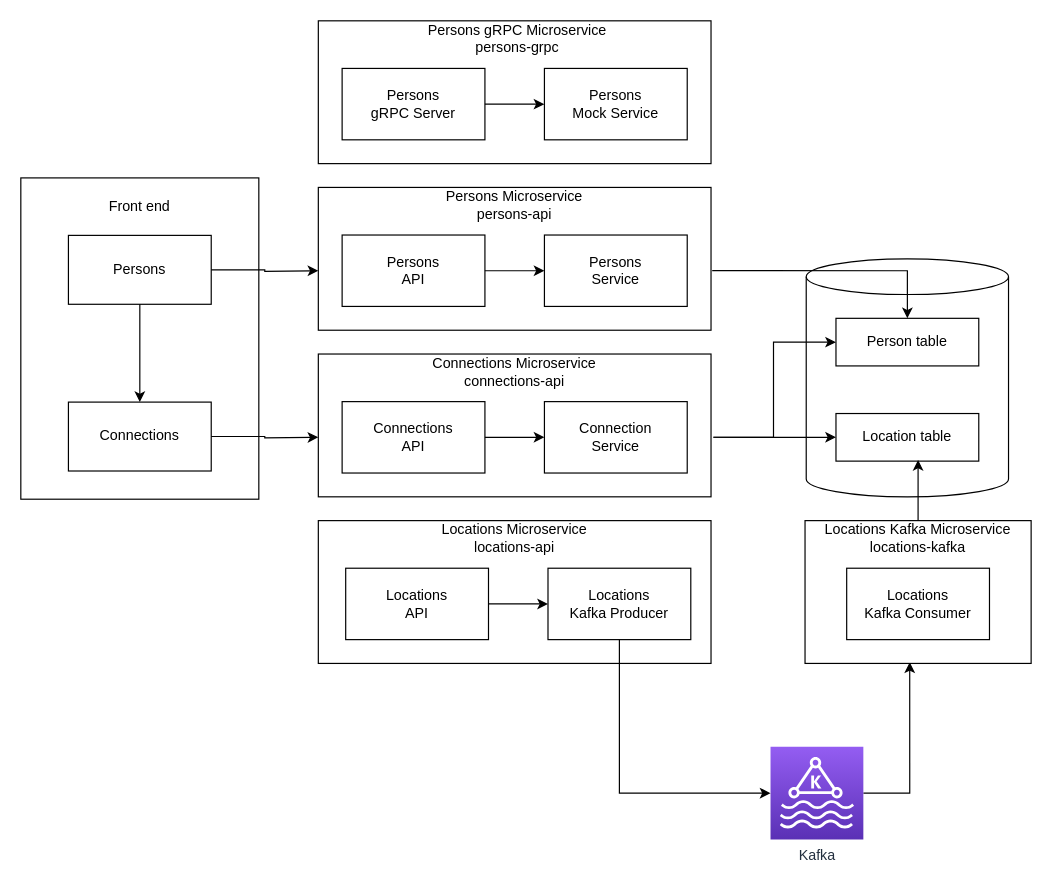
aldo-linux/udaconnect keeps this draw.io diagram as page "Refactored" (2 of 2) of docs/UdaConnect-Design.drawio. Above is the earlier version. Source tidied: cells renumbered, new cells numbered last; positions are measured from the earlier drawing's top-left corner, leaving out a move shared by most shapes. Both pictures are drawn from the tidied source at 119%, with x=0, y=0 at pixel (20, 20).
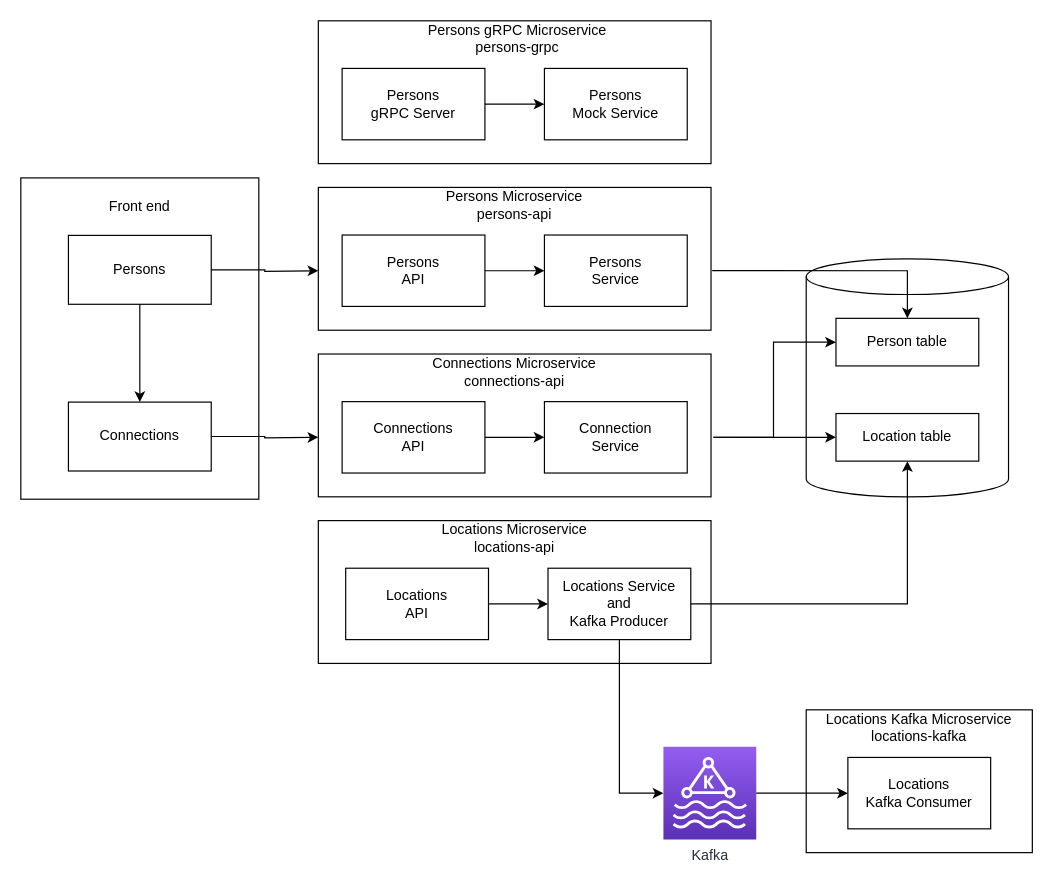
Above is the later version.

The change refers to these unchanged cells:
```xml
<mxCell id="4" value="Location table" style="rounded=0;whiteSpace=wrap;html=1;" parent="1" vertex="1">
  <mxGeometry x="685" y="330" width="120" height="40" as="geometry" />
</mxCell>
<mxCell id="22" style="group;" parent="1" vertex="1">
  <mxGeometry x="250" y="420" width="330" height="120" as="geometry" />
</mxCell>
<mxCell id="38" style="rounded=0;whiteSpace=wrap;html=1;" parent="37" vertex="1">
  <mxGeometry width="190" height="120" as="geometry" />
</mxCell>
<mxCell id="39" value="Locations Kafka Microservice&lt;br&gt;locations-kafka" style="text;html=1;strokeColor=none;fillColor=none;align=center;verticalAlign=middle;whiteSpace=wrap;rounded=0;" parent="37" vertex="1">
  <mxGeometry x="5" width="180" height="30" as="geometry" />
</mxCell>
<mxCell id="40" value="Locations&lt;br&gt;Kafka Consumer" style="rounded=0;whiteSpace=wrap;html=1;" parent="37" vertex="1">
  <mxGeometry x="35" y="40" width="120" height="60" as="geometry" />
</mxCell>
```

Diff of the diagram source:
```diff
@@
-    <mxCell id="26" value="Locations&lt;br&gt;Kafka Producer" style="rounded=0;whiteSpace=wrap;html=1;" parent="22" vertex="1">
+    <mxCell id="26" value="Locations Service and&lt;br&gt;Kafka Producer" style="rounded=0;whiteSpace=wrap;html=1;" parent="22" vertex="1">
       <mxGeometry x="193" y="40" width="120" height="60" as="geometry" />
     </mxCell>
@@
-    <mxCell id="34" style="edgeStyle=orthogonalEdgeStyle;rounded=0;jettySize=auto;html=1;entryX=0.463;entryY=0.992;entryDx=0;entryDy=0;exitX=1;exitY=0.5;exitDx=0;exitDy=0;exitPerimeter=0;entryPerimeter=0;" parent="1" edge="1" source="35" target="38">
-      <mxGeometry relative="1" as="geometry" />
-    </mxCell>
     <mxCell id="35" value="Kafka" style="sketch=0;points=[[0,0,0],[0.25,0,0],[0.5,0,0],[0.75,0,0],[1,0,0],[0,1,0],[0.25,1,0],[0.5,1,0],[0.75,1,0],[1,1,0],[0,0.25,0],[0,0.5,0],[0,0.75,0],[1,0.25,0],[1,0.5,0],[1,0.75,0]];outlineConnect=0;fontColor=#232F3E;gradientColor=#945DF2;gradientDirection=north;fillColor=#5A30B5;strokeColor=#ffffff;dashed=0;verticalLabelPosition=bottom;verticalAlign=top;align=center;html=1;fontSize=12;fontStyle=0;shape=mxgraph.aws4.resourceIcon;resIcon=mxgraph.aws4.managed_streaming_for_kafka;" parent="1" vertex="1">
-      <mxGeometry x="630" y="610" width="78" height="78" as="geometry" />
+      <mxGeometry x="540" y="610" width="78" height="78" as="geometry" />
     </mxCell>
@@
     <mxCell id="37" style="group;" parent="1" vertex="1">
-      <mxGeometry x="659" y="420" width="190" height="120" as="geometry" />
+      <mxGeometry x="660" y="579" width="190" height="120" as="geometry" />
     </mxCell>
@@
-    <mxCell id="41" style="edgeStyle=orthogonalEdgeStyle;rounded=0;jettySize=auto;html=1;entryX=0.575;entryY=0.975;entryDx=0;entryDy=0;entryPerimeter=0;" parent="1" edge="1" source="39" target="4">
-      <mxGeometry relative="1" as="geometry" />
-    </mxCell>
@@
+    <mxCell id="48" style="edgeStyle=orthogonalEdgeStyle;rounded=0;jettySize=auto;html=1;" parent="1" edge="1" source="26" target="4">
+      <mxGeometry relative="1" as="geometry" />
+    </mxCell>
+    <mxCell id="34" style="edgeStyle=orthogonalEdgeStyle;rounded=0;jettySize=auto;html=1;exitX=1;exitY=0.5;exitDx=0;exitDy=0;exitPerimeter=0;entryX=0;entryY=0.5;entryDx=0;entryDy=0;" parent="1" edge="1" source="35" target="40">
+      <mxGeometry relative="1" as="geometry" />
+    </mxCell>
```
